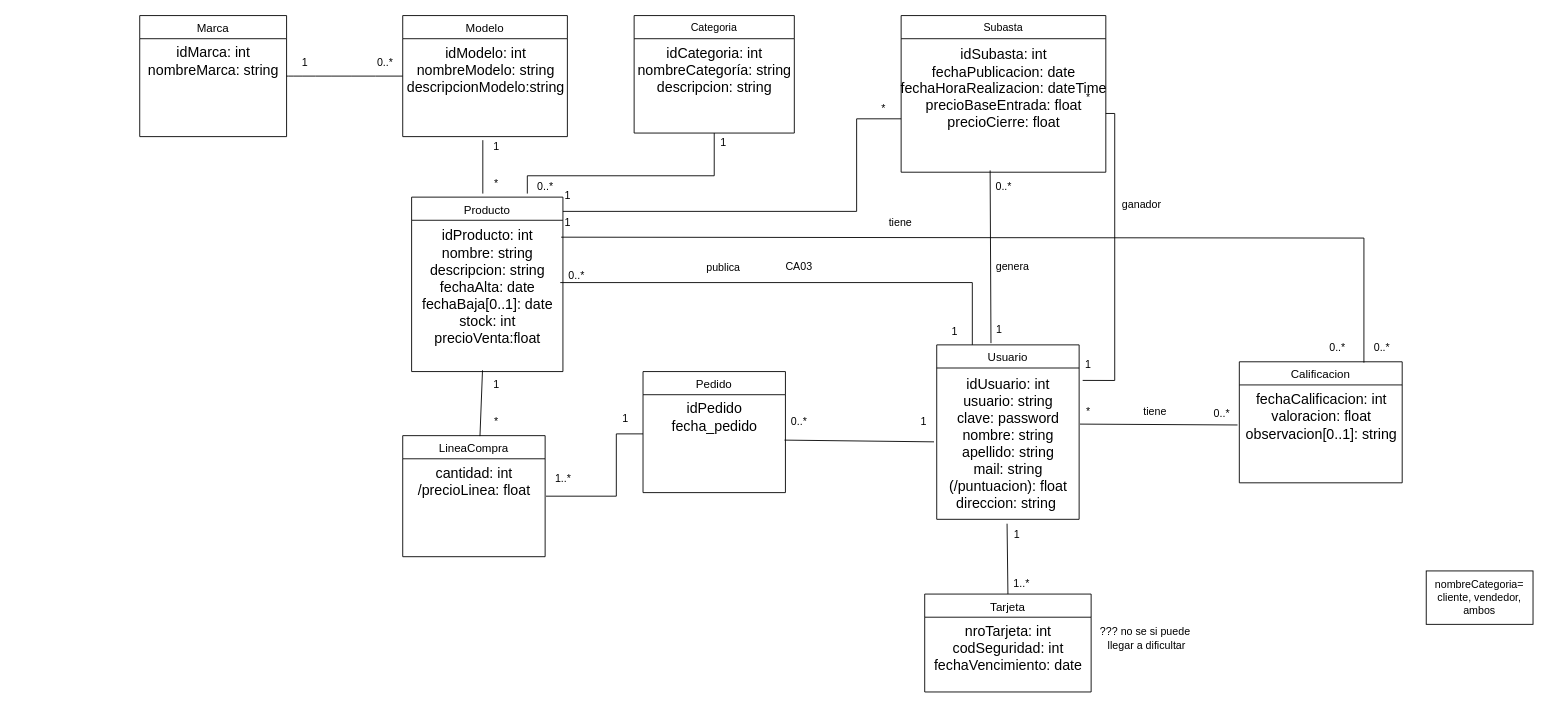
BorsatoMilton/CarGarage keeps this draw.io diagram as docs/diagramaClasesGit.drawio. Above is the earlier version. Source tidied: cells renumbered, new cells numbered last; positions are measured from the earlier drawing's top-left corner, leaving out a move shared by most shapes. Both pictures are drawn from the tidied source at 89%, with x=0, y=0 at pixel (139, 15).
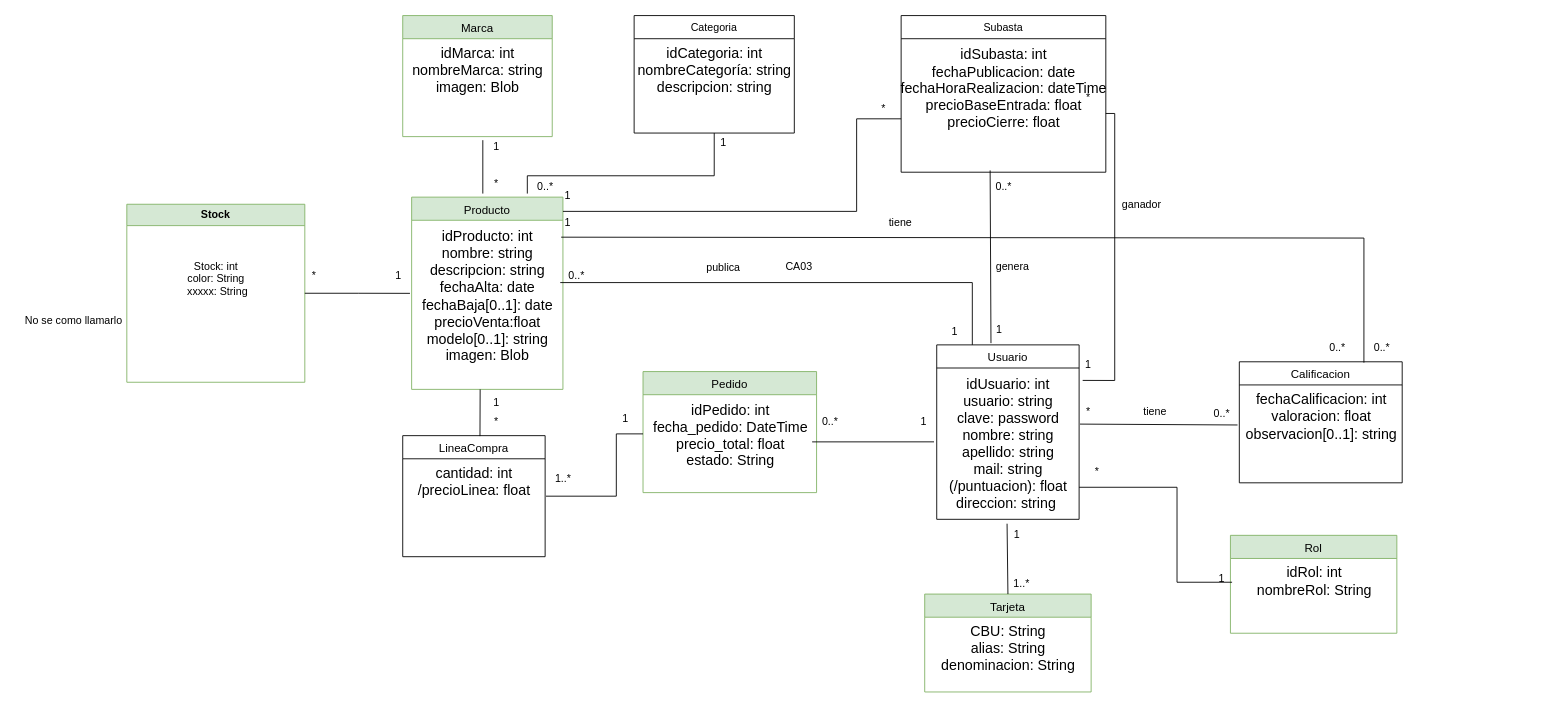
Above is the later version.

The change refers to these unchanged cells:
```xml
<mxCell id="3" value="&lt;div&gt;idUsuario: int&lt;/div&gt;usuario: string&lt;div&gt;clave: password&lt;/div&gt;&lt;div&gt;nombre: string&lt;/div&gt;&lt;div&gt;apellido: string&lt;/div&gt;&lt;div&gt;mail: string&lt;/div&gt;&lt;div&gt;(/puntuacion): float&lt;/div&gt;&lt;div&gt;direccion: string&amp;nbsp;&lt;/div&gt;" style="text;html=1;align=center;verticalAlign=middle;points=[];fontSize=16;" parent="2" vertex="1">
  <mxGeometry y="26" width="160" height="170" as="geometry" />
</mxCell>
```

Diff of the diagram source:
```diff
@@
-    <mxCell id="6" value="Producto" style="swimlane;fontStyle=0;align=center;verticalAlign=top;horizontal=1;startSize=26;rounded=0;shadow=0;strokeWidth=1;fontSize=13;" parent="1" vertex="1">
-      <mxGeometry x="306" y="204" width="170" height="196" as="geometry" />
+    <mxCell id="6" value="Producto" style="swimlane;fontStyle=0;align=center;verticalAlign=top;horizontal=1;startSize=26;rounded=0;shadow=0;strokeWidth=1;fontSize=13;fillColor=#d5e8d4;strokeColor=#82b366;" parent="1" vertex="1">
+      <mxGeometry x="306" y="204" width="170" height="216" as="geometry" />
     </mxCell>
-    <mxCell id="7" value="&lt;div&gt;idProducto: int&lt;/div&gt;nombre: string&lt;div&gt;descripcion: string&lt;/div&gt;&lt;div&gt;fechaAlta: date&lt;/div&gt;&lt;div&gt;fechaBaja[0..1]: date&lt;/div&gt;&lt;div&gt;stock: int&lt;/div&gt;&lt;div&gt;precioVenta:float&lt;/div&gt;" style="text;html=1;align=center;verticalAlign=middle;points=[];strokeColor=none;fillColor=none;fontSize=16;" parent="6" vertex="1">
-      <mxGeometry y="26" width="170" height="150" as="geometry" />
+    <mxCell id="7" value="&lt;div&gt;idProducto: int&lt;/div&gt;nombre: string&lt;div&gt;descripcion: string&lt;/div&gt;&lt;div&gt;fechaAlta: date&lt;/div&gt;&lt;div&gt;fechaBaja[0..1]: date&lt;/div&gt;&lt;div&gt;precioVenta:float&lt;/div&gt;&lt;div&gt;modelo[0..1]: string&lt;/div&gt;&lt;div&gt;imagen: Blob&lt;/div&gt;" style="text;html=1;align=center;verticalAlign=middle;points=[];strokeColor=none;fillColor=none;fontSize=16;" parent="6" vertex="1">
+      <mxGeometry y="26" width="170" height="170" as="geometry" />
     </mxCell>
-    <mxCell id="8" value="Modelo" style="swimlane;fontStyle=0;align=center;verticalAlign=top;horizontal=1;startSize=26;rounded=0;shadow=0;strokeWidth=1;fontSize=13;" parent="1" vertex="1">
-      <mxGeometry x="296" width="185" height="136" as="geometry" />
-    </mxCell>
-    <mxCell id="9" value="&lt;div&gt;idModelo: int&lt;/div&gt;nombreModelo: string&lt;div&gt;descripcionModelo:string&lt;/div&gt;" style="text;html=1;align=center;verticalAlign=middle;strokeColor=none;fillColor=none;fontSize=16;" parent="8" vertex="1">
-      <mxGeometry y="26" width="185" height="70" as="geometry" />
-    </mxCell>
-    <mxCell id="10" style="edgeStyle=none;curved=1;rounded=0;jettySize=auto;html=1;entryX=0;entryY=0.5;entryDx=0;entryDy=0;fontSize=12;startSize=8;endSize=8;endArrow=none;endFill=0;" parent="1" edge="1" source="11" target="8">
-      <mxGeometry relative="1" as="geometry" />
-    </mxCell>
-    <mxCell id="11" value="Marca" style="swimlane;fontStyle=0;align=center;verticalAlign=top;horizontal=1;startSize=26;rounded=0;shadow=0;strokeWidth=1;fontSize=13;" parent="1" vertex="1">
-      <mxGeometry x="0.5" width="165" height="136" as="geometry" />
+    <mxCell id="11" value="Marca" style="swimlane;fontStyle=0;align=center;verticalAlign=top;horizontal=1;startSize=26;rounded=0;shadow=0;strokeWidth=1;fontSize=13;fillColor=#d5e8d4;strokeColor=#82b366;" parent="1" vertex="1">
+      <mxGeometry x="296" width="168" height="136" as="geometry" />
     </mxCell>
-    <mxCell id="12" value="&lt;div&gt;idMarca: int&lt;/div&gt;nombreMarca: string" style="text;html=1;align=center;verticalAlign=middle;strokeColor=none;fillColor=none;fontSize=16;" parent="11" vertex="1">
-      <mxGeometry y="26" width="165" height="50" as="geometry" />
+    <mxCell id="12" value="&lt;div&gt;idMarca: int&lt;/div&gt;nombreMarca: string&lt;div&gt;imagen: Blob&lt;/div&gt;" style="text;html=1;align=center;verticalAlign=middle;strokeColor=none;fillColor=none;fontSize=16;" parent="11" vertex="1">
+      <mxGeometry y="26" width="168" height="70" as="geometry" />
     </mxCell>
@@
-    <mxCell id="20" value="Pedido" style="swimlane;fontStyle=0;align=center;verticalAlign=top;horizontal=1;startSize=26;rounded=0;shadow=0;strokeWidth=1;fontSize=13;" parent="1" vertex="1">
-      <mxGeometry x="566" y="400" width="160" height="136" as="geometry" />
+    <mxCell id="20" value="Pedido" style="swimlane;fontStyle=0;align=center;verticalAlign=top;horizontal=1;startSize=26;rounded=0;shadow=0;strokeWidth=1;fontSize=13;fillColor=#d5e8d4;strokeColor=#82b366;" parent="1" vertex="1">
+      <mxGeometry x="566" y="400" width="195" height="136" as="geometry" />
     </mxCell>
-    <mxCell id="21" value="idPedido&lt;div&gt;fecha_pedido&lt;/div&gt;" style="text;html=1;align=center;verticalAlign=middle;strokeColor=none;fillColor=none;fontSize=16;" parent="20" vertex="1">
-      <mxGeometry y="26" width="160" height="50" as="geometry" />
+    <mxCell id="21" value="idPedido: int&lt;div&gt;fecha_pedido: DateTime&lt;/div&gt;&lt;div&gt;precio_total: float&lt;/div&gt;&lt;div&gt;estado: String&lt;/div&gt;&lt;div&gt;&lt;br&gt;&lt;/div&gt;" style="text;html=1;align=center;verticalAlign=middle;strokeColor=none;fillColor=none;fontSize=16;" parent="20" vertex="1">
+      <mxGeometry y="26" width="195" height="110" as="geometry" />
     </mxCell>
-    <mxCell id="22" style="endArrow=none;html=1;rounded=0;exitX=0.1;exitY=1.167;exitDx=0;exitDy=0;exitPerimeter=0;entryX=-0.019;entryY=0.488;entryDx=0;entryDy=0;entryPerimeter=0;" parent="1" edge="1" source="24" target="3">
-      <mxGeometry relative="1" as="geometry" />
+    <mxCell id="22" style="endArrow=none;html=1;rounded=0;entryX=-0.019;entryY=0.488;entryDx=0;entryDy=0;entryPerimeter=0;" parent="1" edge="1" target="3">
+      <mxGeometry relative="1" as="geometry">
+        <mxPoint x="756" y="479" as="sourcePoint" />
+      </mxGeometry>
     </mxCell>
@@
     <mxCell id="24" value="0..*" style="text;html=1;align=center;verticalAlign=middle;points=[];strokeColor=none;fillColor=none;rotation=0;" parent="1" vertex="1">
-      <mxGeometry x="721" y="442" width="40" height="30" as="geometry" />
+      <mxGeometry x="756" y="442" width="40" height="30" as="geometry" />
     </mxCell>
@@
-    <mxCell id="30" style="endArrow=none;html=1;rounded=0;entryX=-0.012;entryY=-0.047;entryDx=0;entryDy=0;entryPerimeter=0;" parent="1" edge="1" target="62">
+    <mxCell id="30" style="endArrow=none;html=1;rounded=0;" parent="1" edge="1">
       <mxGeometry relative="1" as="geometry">
         <mxPoint x="382.8" y="472.5" as="sourcePoint" />
+        <mxPoint x="383" y="420" as="targetPoint" />
       </mxGeometry>
     </mxCell>
@@
-    <mxCell id="35" value="0..*" style="text;html=1;align=center;verticalAlign=middle;strokeColor=none;fillColor=none;" parent="1" vertex="1">
-      <mxGeometry x="256" y="38" width="40" height="30" as="geometry" />
-    </mxCell>
-    <mxCell id="36" value="1" style="text;html=1;align=center;verticalAlign=middle;strokeColor=none;fillColor=none;" parent="1" vertex="1">
-      <mxGeometry x="171" y="38" width="30" height="30" as="geometry" />
-    </mxCell>
@@
-    <mxCell id="44" value="nombreCategoria= cliente, vendedor, ambos" style="rounded=0;whiteSpace=wrap;html=1;" parent="1" vertex="1">
-      <mxGeometry x="1446" y="624" width="120" height="60" as="geometry" />
-    </mxCell>
@@
     <mxCell id="62" value="1" style="text;html=1;align=center;verticalAlign=middle;points=[];strokeColor=none;fillColor=none;" parent="1" vertex="1">
-      <mxGeometry x="386" y="400" width="30" height="30" as="geometry" />
+      <mxGeometry x="386" y="420" width="30" height="30" as="geometry" />
     </mxCell>
-    <mxCell id="63" value="Tarjeta" style="swimlane;fontStyle=0;align=center;verticalAlign=top;horizontal=1;startSize=26;rounded=0;shadow=0;strokeWidth=1;fontSize=13;" parent="1" vertex="1">
+    <mxCell id="63" value="Tarjeta" style="swimlane;fontStyle=0;align=center;verticalAlign=top;horizontal=1;startSize=26;rounded=0;shadow=0;strokeWidth=1;fontSize=13;fillColor=#d5e8d4;strokeColor=#82b366;" parent="1" vertex="1">
       <mxGeometry x="882.5" y="650" width="187" height="110" as="geometry" />
     </mxCell>
-    <mxCell id="64" value="&lt;div&gt;nroTarjeta: int&lt;/div&gt;&lt;div&gt;codSeguridad: int&lt;/div&gt;&lt;div&gt;fechaVencimiento: date&lt;/div&gt;" style="text;html=1;align=center;verticalAlign=middle;fontSize=16;" parent="63" vertex="1">
+    <mxCell id="64" value="CBU: String&lt;div&gt;alias: String&lt;/div&gt;&lt;div&gt;denominacion: String&lt;/div&gt;" style="text;html=1;align=center;verticalAlign=middle;fontSize=16;" parent="63" vertex="1">
       <mxGeometry y="26" width="187" height="70" as="geometry" />
     </mxCell>
@@
-    <mxCell id="68" value="??? no se si puede&lt;div&gt;&amp;nbsp;llegar a dificultar&lt;/div&gt;" style="text;html=1;align=center;verticalAlign=middle;strokeColor=none;fillColor=none;" parent="1" vertex="1">
-      <mxGeometry x="1069.5" y="680" width="120" height="40" as="geometry" />
-    </mxCell>
@@
+    <mxCell id="70" value="Rol" style="swimlane;fontStyle=0;align=center;verticalAlign=top;horizontal=1;startSize=26;rounded=0;shadow=0;strokeWidth=1;fontSize=13;fillColor=#d5e8d4;strokeColor=#82b366;" parent="1" vertex="1">
+      <mxGeometry x="1226" y="584" width="187" height="110" as="geometry" />
+    </mxCell>
+    <mxCell id="71" value="&lt;div&gt;idRol: int&lt;/div&gt;&lt;div&gt;nombreRol: String&lt;/div&gt;" style="text;html=1;align=center;verticalAlign=middle;points=[];fontSize=16;" parent="70" vertex="1">
+      <mxGeometry y="26" width="187" height="50" as="geometry" />
+    </mxCell>
+    <mxCell id="72" style="edgeStyle=orthogonalEdgeStyle;rounded=0;jettySize=auto;html=1;entryX=0.01;entryY=0.534;entryDx=0;entryDy=0;entryPerimeter=0;endArrow=none;endFill=0;" parent="1" edge="1" source="3" target="71">
+      <mxGeometry relative="1" as="geometry">
+        <Array as="points">
+          <mxPoint x="1166" y="530" />
+          <mxPoint x="1166" y="637" />
+        </Array>
+      </mxGeometry>
+    </mxCell>
+    <mxCell id="73" value="Stock" style="swimlane;whiteSpace=wrap;html=1;startSize=24;fillColor=#d5e8d4;strokeColor=#82b366;" parent="1" vertex="1">
+      <mxGeometry x="-14" y="212" width="200" height="200" as="geometry" />
+    </mxCell>
+    <mxCell id="74" value="Stock: int&lt;div&gt;color: String&lt;/div&gt;&lt;div&gt;&amp;nbsp;xxxxx: String&lt;/div&gt;&lt;div&gt;&lt;br&gt;&lt;/div&gt;" style="text;html=1;align=center;verticalAlign=middle;strokeColor=none;fillColor=none;" parent="73" vertex="1">
+      <mxGeometry x="55" y="56" width="90" height="70" as="geometry" />
+    </mxCell>
+    <mxCell id="75" style="edgeStyle=orthogonalEdgeStyle;rounded=0;jettySize=auto;html=1;entryX=-0.011;entryY=0.483;entryDx=0;entryDy=0;entryPerimeter=0;endArrow=none;endFill=0;" parent="1" edge="1" source="73" target="7">
+      <mxGeometry relative="1" as="geometry" />
+    </mxCell>
+    <mxCell id="76" value="No se como llamarlo" style="text;html=1;align=center;verticalAlign=middle;strokeColor=none;fillColor=none;" parent="1" vertex="1">
+      <mxGeometry x="-139" y="328" width="130" height="30" as="geometry" />
+    </mxCell>
+    <mxCell id="77" value="*" style="text;html=1;align=center;verticalAlign=middle;strokeColor=none;fillColor=none;" parent="1" vertex="1">
+      <mxGeometry x="1061" y="498" width="30" height="30" as="geometry" />
+    </mxCell>
+    <mxCell id="78" value="1" style="text;html=1;align=center;verticalAlign=middle;strokeColor=none;fillColor=none;" parent="1" vertex="1">
+      <mxGeometry x="1201" y="618" width="30" height="30" as="geometry" />
+    </mxCell>
+    <mxCell id="79" value="*" style="text;html=1;align=center;verticalAlign=middle;strokeColor=none;fillColor=none;" parent="1" vertex="1">
+      <mxGeometry x="181" y="278" width="30" height="30" as="geometry" />
+    </mxCell>
+    <mxCell id="80" value="1" style="text;html=1;align=center;verticalAlign=middle;strokeColor=none;fillColor=none;" parent="1" vertex="1">
+      <mxGeometry x="276" y="277" width="30" height="30" as="geometry" />
+    </mxCell>
```
